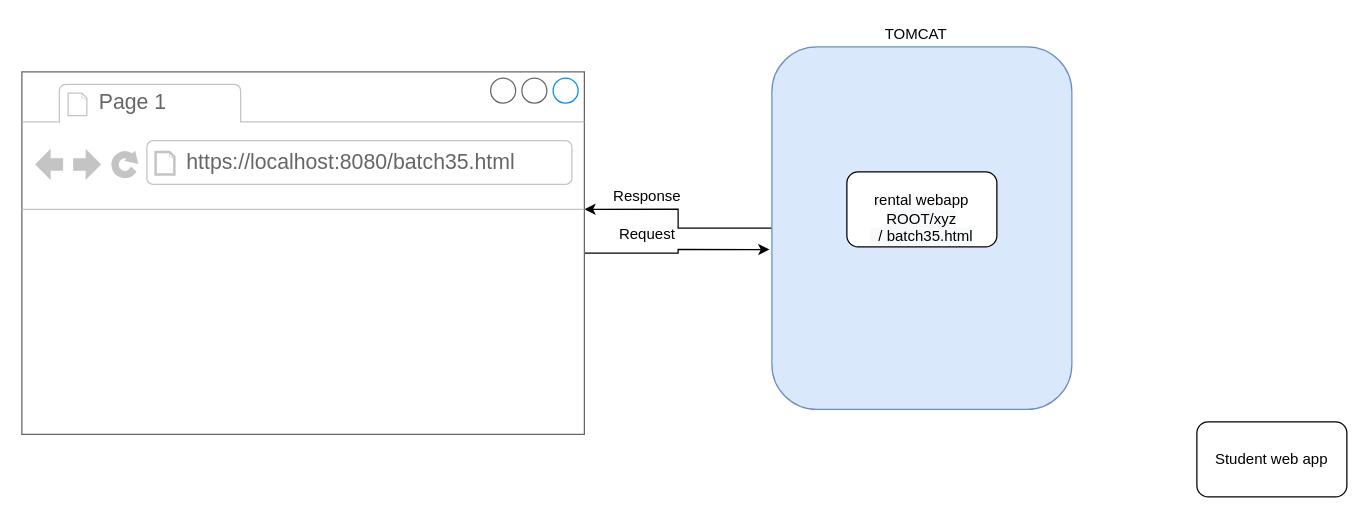
Earlier version of the draw.io diagram page "Tomcat" (8 of 8) of Batch35_Draw.io.drawio (jayramrout/batch35). Source tidied: cells renumbered, new cells numbered last; positions are measured from the earlier drawing's top-left corner, leaving out a move shared by most shapes. Both pictures are drawn from the tidied source at 125%, with x=0, y=0 at pixel (21, 21).
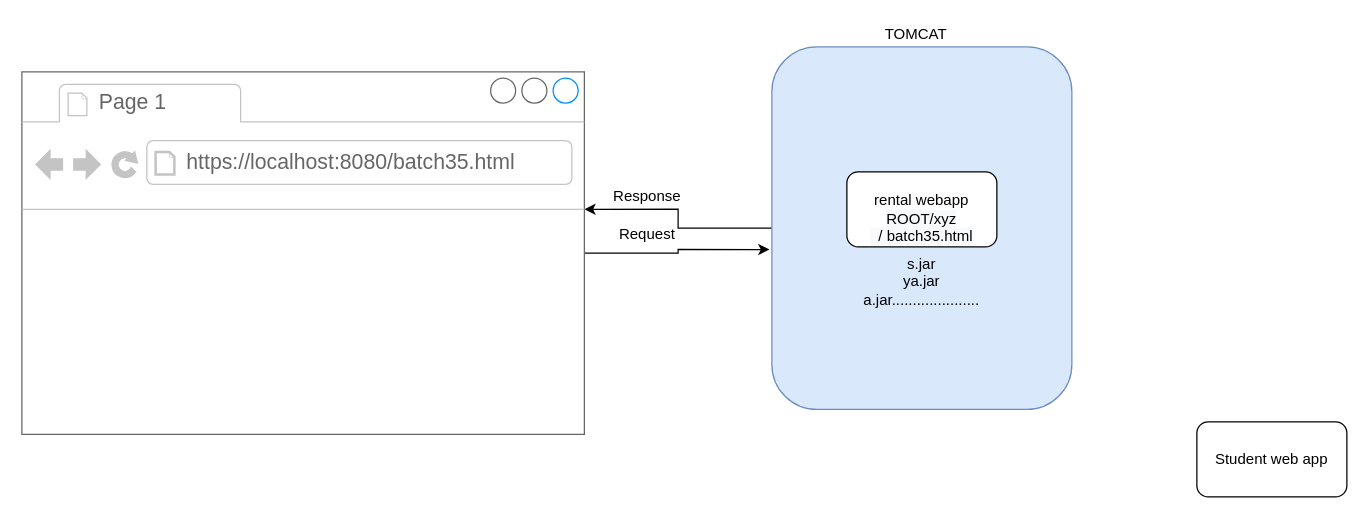
Above is the later version.

Diff of the diagram source:
```diff
@@
 <mxGraphModel>
   <root>
     <mxCell id="0" />
     <mxCell id="1" parent="0" />
     <mxCell id="2" style="edgeStyle=orthogonalEdgeStyle;rounded=0;jettySize=auto;html=1;entryX=1;entryY=0.379;entryDx=0;entryDy=0;entryPerimeter=0;" parent="1" edge="1" source="3" target="6">
       <mxGeometry relative="1" as="geometry" />
     </mxCell>
-    <mxCell id="3" style="rounded=1;whiteSpace=wrap;html=1;fillColor=#dae8fc;strokeColor=#6c8ebf;" parent="1" vertex="1">
+    <mxCell id="3" value="&lt;br&gt;&lt;br&gt;&lt;br&gt;&lt;br&gt;&lt;br&gt;&lt;br&gt;s.jar&lt;br&gt;ya.jar&lt;br&gt;a.jar....................." style="rounded=1;whiteSpace=wrap;html=1;fillColor=#dae8fc;strokeColor=#6c8ebf;" parent="1" vertex="1">
       <mxGeometry x="600" y="20" width="240" height="290" as="geometry" />
     </mxCell>
     <mxCell id="4" value="TOMCAT" style="text;html=1;align=center;verticalAlign=middle;" parent="1" vertex="1">
       <mxGeometry x="680" width="70" height="20" as="geometry" />
     </mxCell>
     <mxCell id="5" style="edgeStyle=orthogonalEdgeStyle;rounded=0;jettySize=auto;html=1;entryX=-0.008;entryY=0.559;entryDx=0;entryDy=0;entryPerimeter=0;" parent="1" edge="1" source="6" target="3">
       <mxGeometry relative="1" as="geometry" />
     </mxCell>
     <mxCell id="6" style="strokeWidth=1;shadow=0;dashed=0;align=center;html=1;shape=mxgraph.mockup.containers.browserWindow;rSize=0;strokeColor=#666666;strokeColor2=#008cff;strokeColor3=#c4c4c4;mainText=,;" parent="1" vertex="1">
       <mxGeometry y="40" width="450" height="290" as="geometry" />
     </mxCell>
     <mxCell id="7" value="Page 1" style="strokeWidth=1;shadow=0;dashed=0;align=center;html=1;shape=mxgraph.mockup.containers.anchor;fontSize=17;fontColor=#666666;align=left;" parent="6" vertex="1">
       <mxGeometry x="60" y="12" width="110" height="26" as="geometry" />
     </mxCell>
     <mxCell id="8" value="https://localhost:8080/batch35.html" style="strokeWidth=1;shadow=0;dashed=0;align=center;html=1;shape=mxgraph.mockup.containers.anchor;rSize=0;fontSize=17;fontColor=#666666;align=left;" parent="6" vertex="1">
       <mxGeometry x="130" y="60" width="250" height="26" as="geometry" />
     </mxCell>
     <mxCell id="9" value="&lt;br&gt;rental webapp&lt;br&gt;&lt;span style=&quot;color: rgb(0 , 0 , 0) ; font-family: &amp;#34;helvetica&amp;#34; ; font-size: 12px ; font-style: normal ; font-weight: 400 ; letter-spacing: normal ; text-align: center ; text-indent: 0px ; text-transform: none ; word-spacing: 0px ; background-color: rgb(248 , 249 , 250) ; display: inline ; float: none&quot;&gt;ROOT/xyz&lt;/span&gt;&lt;br style=&quot;color: rgb(0 , 0 , 0) ; font-family: &amp;#34;helvetica&amp;#34; ; font-size: 12px ; font-style: normal ; font-weight: 400 ; letter-spacing: normal ; text-align: center ; text-indent: 0px ; text-transform: none ; word-spacing: 0px ; background-color: rgb(248 , 249 , 250)&quot;&gt;&lt;span style=&quot;color: rgb(0 , 0 , 0) ; font-family: &amp;#34;helvetica&amp;#34; ; font-size: 12px ; font-style: normal ; font-weight: 400 ; letter-spacing: normal ; text-align: center ; text-indent: 0px ; text-transform: none ; word-spacing: 0px ; background-color: rgb(248 , 249 , 250) ; display: inline ; float: none&quot;&gt;&amp;nbsp; / batch35.html&lt;/span&gt;&lt;br&gt;" style="rounded=1;whiteSpace=wrap;html=1;" parent="1" vertex="1">
       <mxGeometry x="660" y="120" width="120" height="60" as="geometry" />
     </mxCell>
     <mxCell id="10" value="Student web app" style="rounded=1;whiteSpace=wrap;html=1;" parent="1" vertex="1">
       <mxGeometry x="940" y="320" width="120" height="60" as="geometry" />
     </mxCell>
     <mxCell id="11" value="Request" style="text;html=1;align=center;verticalAlign=middle;" parent="1" vertex="1">
       <mxGeometry x="470" y="160" width="60" height="20" as="geometry" />
     </mxCell>
     <mxCell id="12" value="Response" style="text;html=1;align=center;verticalAlign=middle;" parent="1" vertex="1">
       <mxGeometry x="465" y="130" width="70" height="20" as="geometry" />
     </mxCell>
   </root>
 </mxGraphModel>
```
